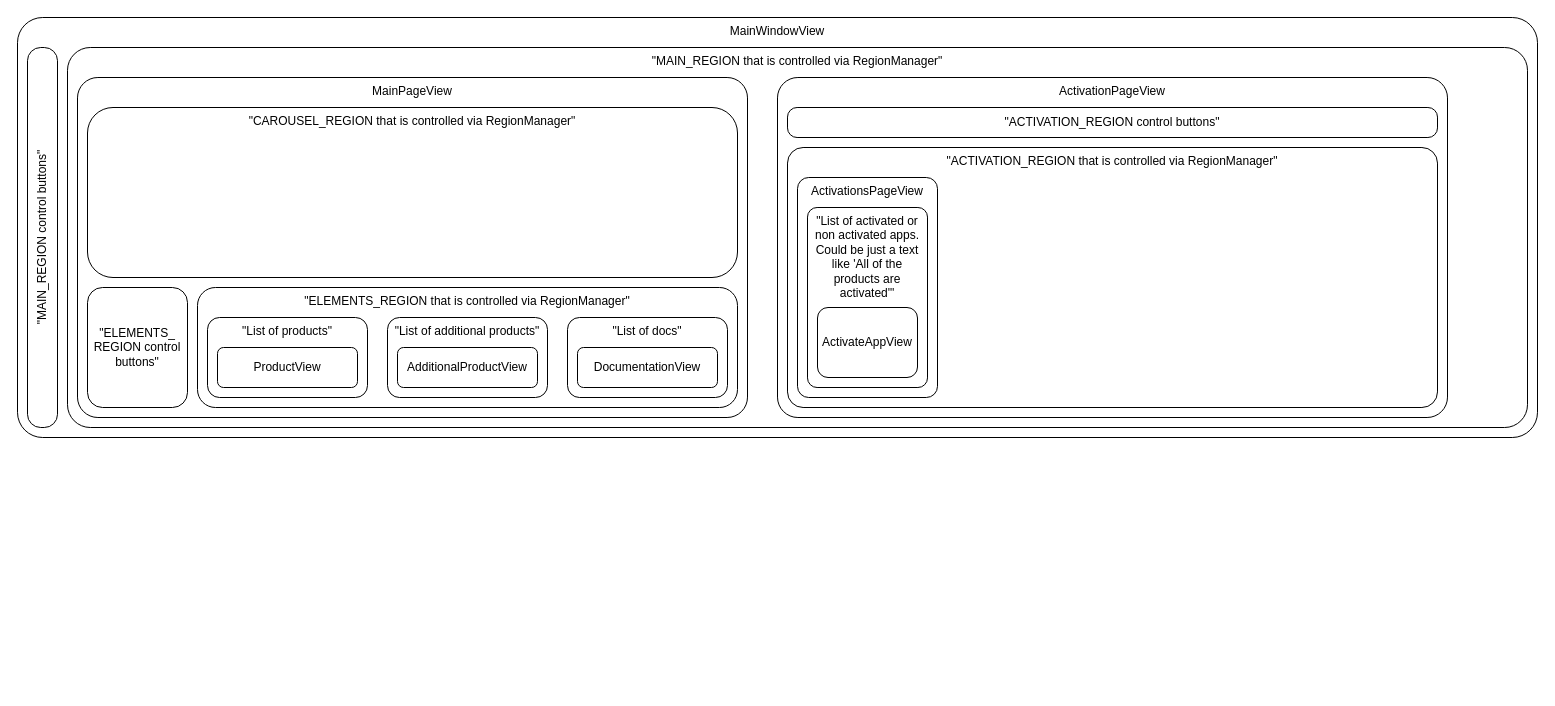
The draw.io diagram SoftHubArc.drawio in CrackAndDie/diagrams_drawio, before the edit. Source tidied: cells renumbered, new cells numbered last; positions are measured from the earlier drawing's top-left corner, leaving out a move shared by most shapes. Both pictures are drawn from the tidied source at 100%, with x=0, y=0 at pixel (17, 17).
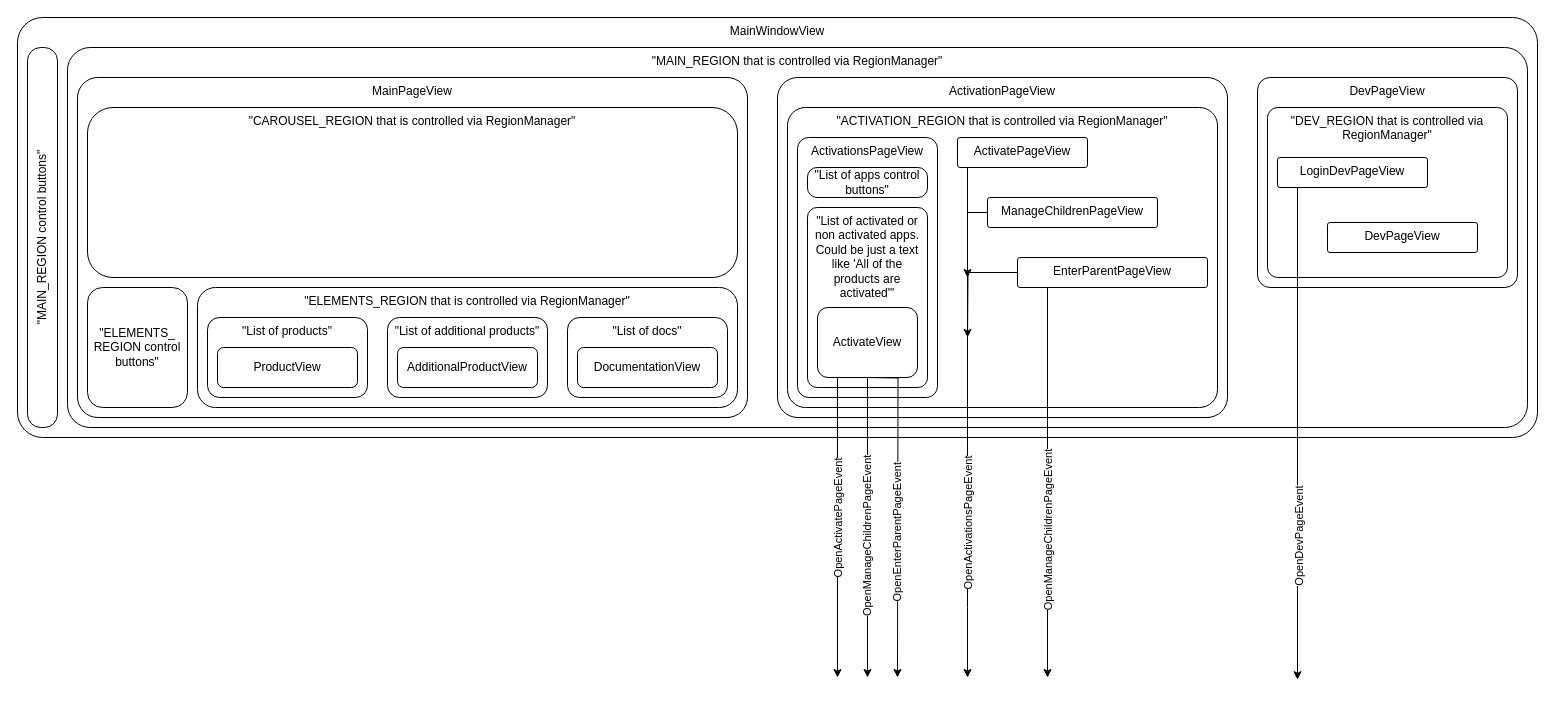
Above is the later version.

The edit, as a diff of the source:
```diff
@@
     <mxCell id="15" value="ActivationPageView" style="rounded=1;whiteSpace=wrap;html=1;arcSize=6;verticalAlign=top;" parent="1" vertex="1">
-      <mxGeometry x="760" y="60" width="670" height="340" as="geometry" />
+      <mxGeometry x="760" y="60" width="450" height="340" as="geometry" />
     </mxCell>
     <mxCell id="16" value="&quot;ACTIVATION_REGION that is controlled via RegionManager&quot;" style="rounded=1;whiteSpace=wrap;html=1;verticalAlign=top;arcSize=6;" parent="1" vertex="1">
-      <mxGeometry x="770" y="130" width="650" height="260" as="geometry" />
+      <mxGeometry x="770" y="90" width="430" height="300" as="geometry" />
     </mxCell>
+    <mxCell id="18" value="ActivationsPageView" style="rounded=1;whiteSpace=wrap;html=1;arcSize=8;verticalAlign=top;" parent="1" vertex="1">
+      <mxGeometry x="780" y="120" width="140" height="260" as="geometry" />
+    </mxCell>
-    <mxCell id="17" value="&quot;ACTIVATION_REGION&amp;nbsp;control buttons&quot;" style="rounded=1;whiteSpace=wrap;html=1;arcSize=32;" parent="1" vertex="1">
-      <mxGeometry x="770" y="90" width="650" height="30" as="geometry" />
+    <mxCell id="17" value="&quot;List of apps control buttons&quot;" style="rounded=1;whiteSpace=wrap;html=1;arcSize=32;" parent="1" vertex="1">
+      <mxGeometry x="790" y="150" width="120" height="30" as="geometry" />
     </mxCell>
-    <mxCell id="18" value="ActivationsPageView" style="rounded=1;whiteSpace=wrap;html=1;arcSize=8;verticalAlign=top;" parent="1" vertex="1">
-      <mxGeometry x="780" y="160" width="140" height="220" as="geometry" />
-    </mxCell>
@@
+    <mxCell id="21" style="edgeStyle=orthogonalEdgeStyle;rounded=0;orthogonalLoop=1;jettySize=auto;html=1;horizontal=1;exitX=0.5;exitY=1;exitDx=0;exitDy=0;" parent="1" edge="1">
+      <mxGeometry relative="1" as="geometry">
+        <mxPoint x="820" y="360" as="sourcePoint" />
+        <mxPoint x="820" y="660" as="targetPoint" />
+        <Array as="points">
+          <mxPoint x="820" y="510" />
+          <mxPoint x="820" y="510" />
+        </Array>
+      </mxGeometry>
+    </mxCell>
+    <mxCell id="22" value="OpenActivatePageEvent" style="edgeLabel;html=1;align=center;verticalAlign=middle;horizontal=0;" parent="21" vertex="1">
+      <mxGeometry x="-0.2" y="-1" relative="1" as="geometry">
+        <mxPoint x="1" y="22" as="offset" />
+      </mxGeometry>
+    </mxCell>
+    <mxCell id="23" style="edgeStyle=orthogonalEdgeStyle;rounded=0;jettySize=auto;html=1;" parent="1" edge="1" source="20">
+      <mxGeometry relative="1" as="geometry">
+        <mxPoint x="850" y="660" as="targetPoint" />
+      </mxGeometry>
+    </mxCell>
+    <mxCell id="24" value="OpenManageChildrenPageEvent" style="edgeLabel;html=1;align=center;verticalAlign=middle;horizontal=0;" parent="23" vertex="1">
+      <mxGeometry x="0.2" y="-1" relative="1" as="geometry">
+        <mxPoint y="-20" as="offset" />
+      </mxGeometry>
+    </mxCell>
+    <mxCell id="25" style="edgeStyle=orthogonalEdgeStyle;rounded=0;orthogonalLoop=1;jettySize=auto;html=1;" parent="1" edge="1">
+      <mxGeometry relative="1" as="geometry">
+        <mxPoint x="850" y="360" as="sourcePoint" />
+        <mxPoint x="880" y="660" as="targetPoint" />
+      </mxGeometry>
+    </mxCell>
+    <mxCell id="26" value="OpenEnterParentPageEvent" style="edgeLabel;html=1;align=center;verticalAlign=middle;horizontal=0;" parent="25" vertex="1">
+      <mxGeometry x="0.13" relative="1" as="geometry" />
+    </mxCell>
-    <mxCell id="20" value="ActivateAppView" style="rounded=1;whiteSpace=wrap;html=1;" parent="1" vertex="1">
+    <mxCell id="20" value="ActivateView" style="rounded=1;whiteSpace=wrap;html=1;" parent="1" vertex="1">
       <mxGeometry x="800" y="290" width="100" height="70" as="geometry" />
     </mxCell>
+    <mxCell id="27" style="edgeStyle=orthogonalEdgeStyle;rounded=0;jettySize=auto;html=1;" parent="1" edge="1" source="29">
+      <mxGeometry relative="1" as="geometry">
+        <mxPoint x="950" y="660" as="targetPoint" />
+        <Array as="points">
+          <mxPoint x="950" y="590" />
+          <mxPoint x="950" y="590" />
+        </Array>
+      </mxGeometry>
+    </mxCell>
+    <mxCell id="28" value="OpenActivationsPageEvent" style="edgeLabel;html=1;align=center;verticalAlign=middle;horizontal=0;" parent="27" vertex="1">
+      <mxGeometry x="0.28" y="1" relative="1" as="geometry">
+        <mxPoint x="-1" y="31" as="offset" />
+      </mxGeometry>
+    </mxCell>
+    <mxCell id="29" value="ActivatePageView" style="rounded=1;whiteSpace=wrap;html=1;arcSize=8;verticalAlign=top;" parent="1" vertex="1">
+      <mxGeometry x="940" y="120" width="130" height="30" as="geometry" />
+    </mxCell>
+    <mxCell id="30" style="edgeStyle=orthogonalEdgeStyle;rounded=0;jettySize=auto;html=1;" parent="1" edge="1" source="31">
+      <mxGeometry relative="1" as="geometry">
+        <mxPoint x="950" y="260" as="targetPoint" />
+      </mxGeometry>
+    </mxCell>
+    <mxCell id="31" value="ManageChildrenPageView" style="rounded=1;whiteSpace=wrap;html=1;arcSize=8;verticalAlign=top;" parent="1" vertex="1">
+      <mxGeometry x="970" y="180" width="170" height="30" as="geometry" />
+    </mxCell>
+    <mxCell id="32" style="edgeStyle=orthogonalEdgeStyle;rounded=0;jettySize=auto;html=1;" parent="1" edge="1" source="35">
+      <mxGeometry relative="1" as="geometry">
+        <mxPoint x="950" y="320" as="targetPoint" />
+      </mxGeometry>
+    </mxCell>
+    <mxCell id="33" style="edgeStyle=orthogonalEdgeStyle;rounded=0;orthogonalLoop=1;jettySize=auto;html=1;" parent="1" edge="1">
+      <mxGeometry relative="1" as="geometry">
+        <mxPoint x="1030" y="270" as="sourcePoint" />
+        <mxPoint x="1030" y="660" as="targetPoint" />
+        <Array as="points">
+          <mxPoint x="1030" y="660" />
+        </Array>
+      </mxGeometry>
+    </mxCell>
+    <mxCell id="34" value="OpenManageChildrenPageEvent" style="edgeLabel;html=1;align=center;verticalAlign=middle;horizontal=0;" parent="33" vertex="1">
+      <mxGeometry x="0.25" relative="1" as="geometry" />
+    </mxCell>
+    <mxCell id="35" value="EnterParentPageView" style="rounded=1;whiteSpace=wrap;html=1;arcSize=8;verticalAlign=top;" parent="1" vertex="1">
+      <mxGeometry x="1000" y="240" width="190" height="30" as="geometry" />
+    </mxCell>
+    <mxCell id="36" value="DevPageView" style="rounded=1;whiteSpace=wrap;html=1;arcSize=6;verticalAlign=top;" parent="1" vertex="1">
+      <mxGeometry x="1240" y="60" width="260" height="210" as="geometry" />
+    </mxCell>
+    <mxCell id="37" value="&quot;DEV_REGION that is controlled via RegionManager&quot;" style="rounded=1;whiteSpace=wrap;html=1;verticalAlign=top;arcSize=6;" parent="1" vertex="1">
+      <mxGeometry x="1250" y="90" width="240" height="170" as="geometry" />
+    </mxCell>
+    <mxCell id="38" style="edgeStyle=orthogonalEdgeStyle;rounded=0;jettySize=auto;html=1;" parent="1" edge="1" source="40">
+      <mxGeometry relative="1" as="geometry">
+        <mxPoint x="1280" y="662.2" as="targetPoint" />
+        <Array as="points">
+          <mxPoint x="1280" y="490" />
+          <mxPoint x="1280" y="490" />
+        </Array>
+      </mxGeometry>
+    </mxCell>
+    <mxCell id="39" value="OpenDevPageEvent" style="edgeLabel;html=1;align=center;verticalAlign=middle;horizontal=0;" parent="38" vertex="1">
+      <mxGeometry x="0.48" y="1" relative="1" as="geometry">
+        <mxPoint y="-14" as="offset" />
+      </mxGeometry>
+    </mxCell>
+    <mxCell id="40" value="LoginDevPageView" style="rounded=1;whiteSpace=wrap;html=1;arcSize=8;verticalAlign=top;" parent="1" vertex="1">
+      <mxGeometry x="1260" y="140" width="150" height="30" as="geometry" />
+    </mxCell>
+    <mxCell id="41" value="DevPageView" style="rounded=1;whiteSpace=wrap;html=1;arcSize=8;verticalAlign=top;" parent="1" vertex="1">
+      <mxGeometry x="1310" y="205" width="150" height="30" as="geometry" />
+    </mxCell>
```
